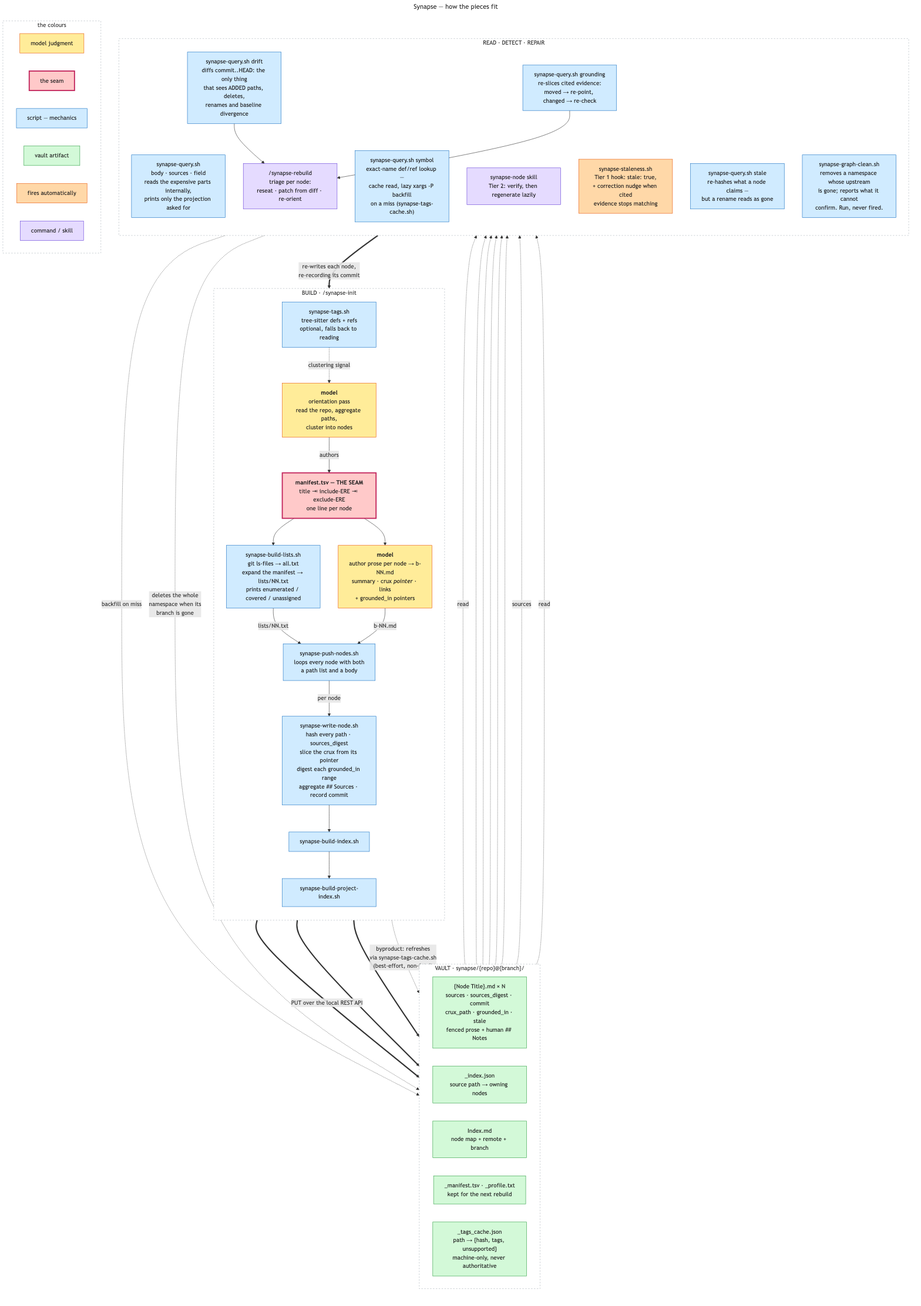
This is docs/diagrams/synapse-pipeline.png from imunitic/second-brain-setup, a Mermaid export, as it was before one commit. Its source is kept beside it as docs/diagrams/synapse-pipeline.mmd.
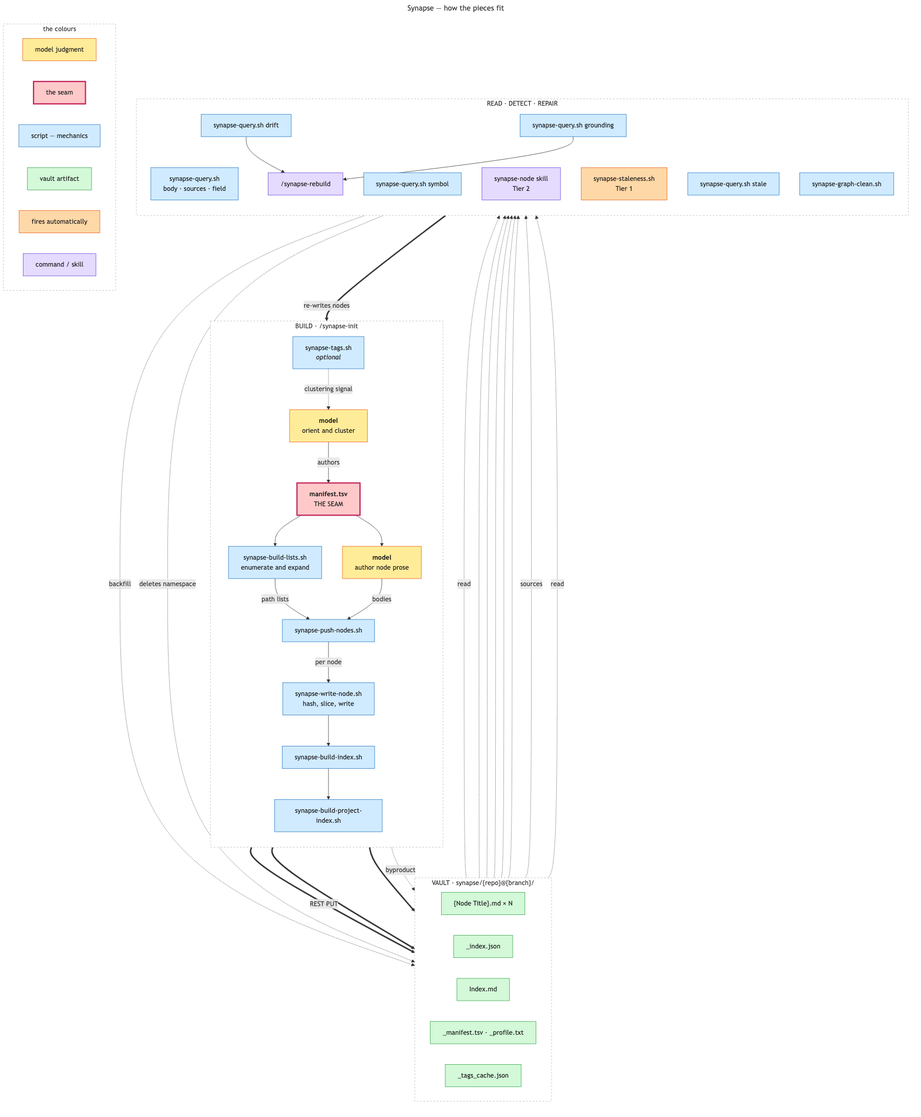
The same file after the commit.

Diff of the diagram source:
```diff
@@ -11,51 +11,51 @@
 
     subgraph BUILD["BUILD · /synapse-init"]
         direction TB
-        ORIENT["<b>model</b><br/>orientation pass<br/>read the repo, aggregate paths,<br/>cluster into nodes"]
-        MANIFEST["<b>manifest.tsv — THE SEAM</b><br/>title ⇥ include-ERE ⇥ exclude-ERE<br/>one line per node"]
-        LISTS["synapse-build-lists.sh<br/>git ls-files → all.txt<br/>expand the manifest → lists/NN.txt<br/>prints enumerated / covered / unassigned"]
-        PROSE["<b>model</b><br/>author prose per node → b-NN.md<br/>summary · crux <i>pointer</i> · links<br/>+ grounded_in pointers"]
-        PUSH["synapse-push-nodes.sh<br/>loops every node with both<br/>a path list and a body"]
-        WRITE["synapse-write-node.sh<br/>hash every path · sources_digest<br/>slice the crux from its pointer<br/>digest each grounded_in range<br/>aggregate ## Sources · record commit"]
+        ORIENT["<b>model</b><br/>orient and cluster"]
+        MANIFEST["<b>manifest.tsv</b><br/>THE SEAM"]
+        LISTS["synapse-build-lists.sh<br/>enumerate and expand"]
+        PROSE["<b>model</b><br/>author node prose"]
+        PUSH["synapse-push-nodes.sh"]
+        WRITE["synapse-write-node.sh<br/>hash, slice, write"]
         IDX["synapse-build-index.sh"]
         PIDX["synapse-build-project-index.sh"]
-        TAGS["synapse-tags.sh<br/>tree-sitter defs + refs<br/>optional, falls back to reading"]
+        TAGS["synapse-tags.sh<br/><i>optional</i>"]
 
         TAGS -.->|"clustering signal"| ORIENT
         ORIENT -->|"authors"| MANIFEST
         MANIFEST --> LISTS
         MANIFEST --> PROSE
-        LISTS -->|"lists/NN.txt"| PUSH
-        PROSE -->|"b-NN.md"| PUSH
+        LISTS -->|"path lists"| PUSH
+        PROSE -->|"bodies"| PUSH
         PUSH -->|"per node"| WRITE
         WRITE --> IDX --> PIDX
     end
 
     subgraph VAULT["VAULT · synapse/{repo}@{branch}/"]
         direction LR
-        NODE["{Node Title}.md × N<br/>sources · sources_digest · commit<br/>crux_path · grounded_in · stale<br/>fenced prose + human ## Notes"]
-        JSON["_index.json<br/>source path → owning nodes"]
-        INDEX["Index.md<br/>node map + remote + branch"]
-        AUX["_manifest.tsv · _profile.txt<br/>kept for the next rebuild"]
-        TAGSCACHE["_tags_cache.json<br/>path → {hash, tags, unsupported}<br/>machine-only, never authoritative"]
+        NODE["{Node Title}.md × N"]
+        JSON["_index.json"]
+        INDEX["Index.md"]
+        AUX["_manifest.tsv · _profile.txt"]
+        TAGSCACHE["_tags_cache.json"]
     end
 
-    WRITE ==>|"PUT over the local REST API"| NODE
+    WRITE ==>|"REST PUT"| NODE
     IDX ==> JSON
     PIDX ==> INDEX
-    WRITE -.->|"byproduct: refreshes<br/>via synapse-tags-cache.sh<br/>(best-effort, non-fatal)"| TAGSCACHE
+    WRITE -.->|"byproduct"| TAGSCACHE
 
     subgraph USE["READ · DETECT · REPAIR"]
         direction TB
-        QUERY["synapse-query.sh<br/>body · sources · field<br/>reads the expensive parts internally,<br/>prints only the projection asked for"]
-        SYMBOL["synapse-query.sh symbol<br/>exact-name def/ref lookup —<br/>cache read, lazy xargs -P backfill<br/>on a miss (synapse-tags-cache.sh)"]
-        NODESKILL["synapse-node skill<br/>Tier 2: verify, then regenerate lazily"]
-        STALE1["synapse-staleness.sh<br/>Tier 1 hook: stale: true,<br/>+ correction nudge when cited<br/>evidence stops matching"]
-        STALE2["synapse-query.sh stale<br/>re-hashes what a node claims —<br/>but a rename reads as gone"]
-        DRIFT["synapse-query.sh drift<br/>diffs commit..HEAD: the only thing<br/>that sees ADDED paths, deletes,<br/>renames and baseline divergence"]
-        GROUND["synapse-query.sh grounding<br/>re-slices cited evidence:<br/>moved → re-point, changed → re-check"]
-        REBUILD["/synapse-rebuild<br/>triage per node:<br/>reseat · patch from diff · re-orient"]
-        CLEAN["synapse-graph-clean.sh<br/>removes a namespace whose upstream<br/>is gone; reports what it cannot<br/>confirm. Run, never fired."]
+        QUERY["synapse-query.sh<br/>body · sources · field"]
+        SYMBOL["synapse-query.sh symbol"]
+        NODESKILL["synapse-node skill<br/>Tier 2"]
+        STALE1["synapse-staleness.sh<br/>Tier 1"]
+        STALE2["synapse-query.sh stale"]
+        DRIFT["synapse-query.sh drift"]
+        GROUND["synapse-query.sh grounding"]
+        REBUILD["/synapse-rebuild"]
+        CLEAN["synapse-graph-clean.sh"]
 
         DRIFT --> REBUILD
         GROUND --> REBUILD
@@ -69,9 +69,9 @@
     NODE -.-> GROUND
     NODE -.->|"sources"| SYMBOL
     TAGSCACHE -.->|"read"| SYMBOL
-    SYMBOL -.->|"backfill on miss"| TAGSCACHE
-    REBUILD ==>|"re-writes each node,<br/>re-recording its commit"| WRITE
-    CLEAN -.->|"deletes the whole<br/>namespace when its<br/>branch is gone"| NODE
+    SYMBOL -.->|"backfill"| TAGSCACHE
+    REBUILD ==>|"re-writes nodes"| WRITE
+    CLEAN -.->|"deletes namespace"| NODE
 
     class ORIENT,PROSE model
     class MANIFEST seam
```
